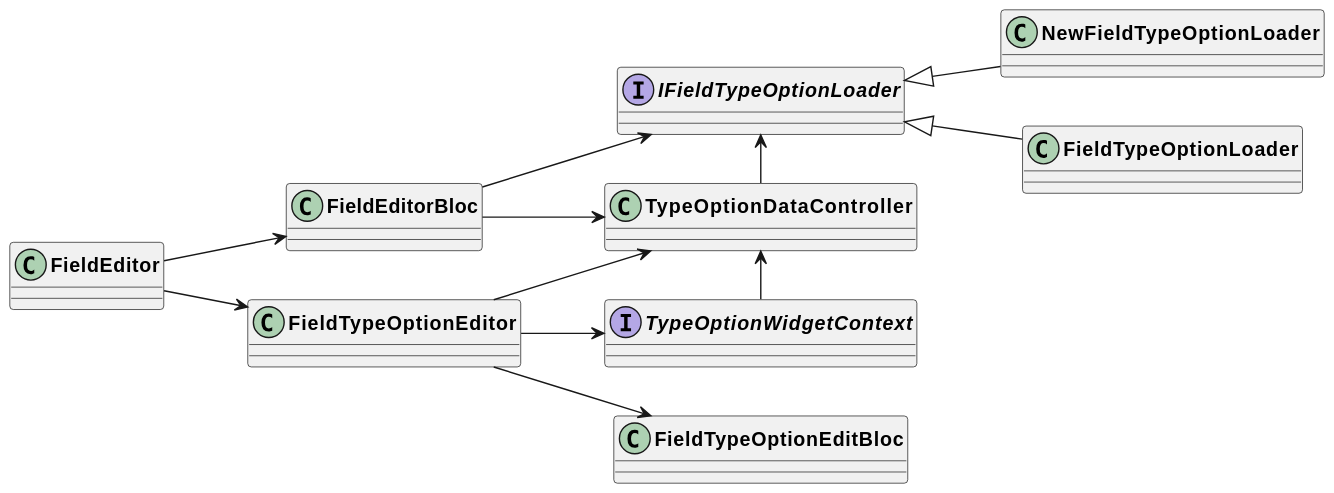
This is uml/output/Field_Editor.svg from AppFlowy-IO/AppFlowy-Docs, a PlantUML export, as it was before one commit.
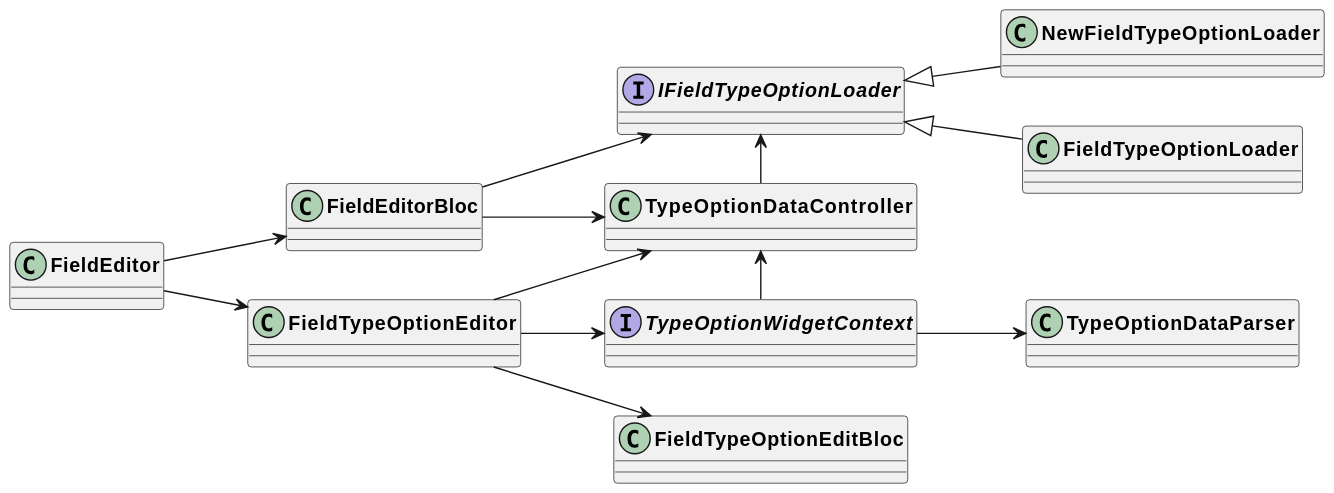
After the change.

Change to the diagram source:
```diff
@@ -19,5 +19,7 @@
 FieldTypeOptionEditor --> TypeOptionWidgetContext
 FieldTypeOptionEditor --> TypeOptionDataController
 TypeOptionDataController -l-> IFieldTypeOptionLoader
+
 TypeOptionWidgetContext -l-> TypeOptionDataController
+TypeOptionWidgetContext --> TypeOptionDataParser
 @enduml
```
